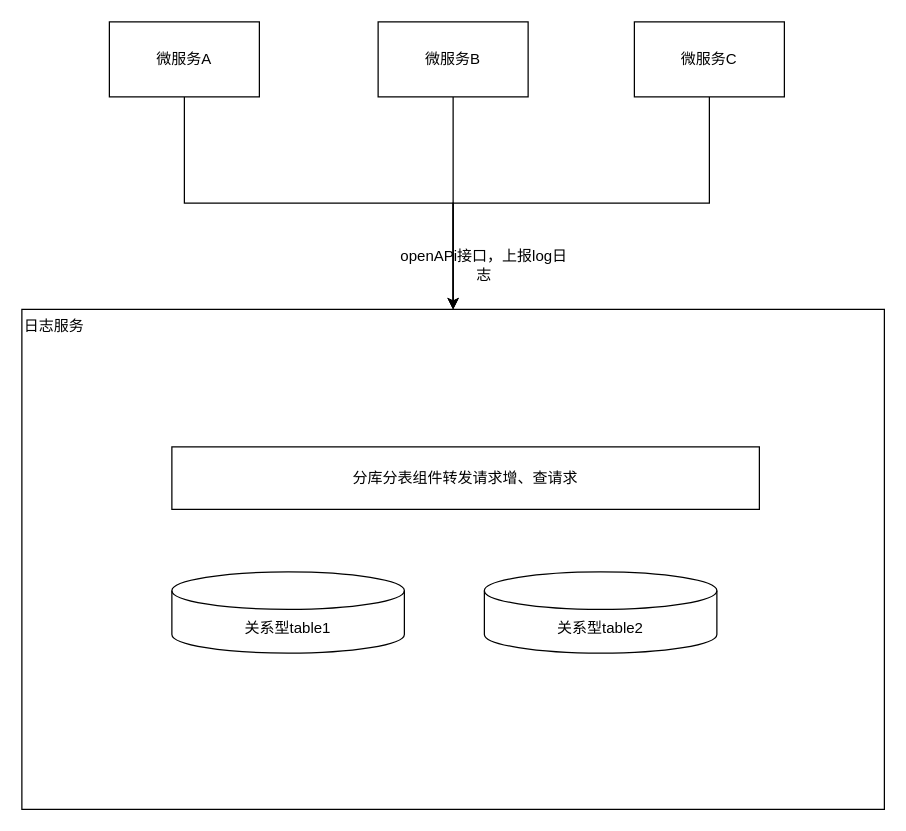
Before: qh/日志服务.drawio in shaominghuiwhatsup/graph, a draw.io diagram. Source tidied: cells renumbered, new cells numbered last; positions are measured from the earlier drawing's top-left corner, leaving out a move shared by most shapes. Both pictures are drawn from the tidied source at 125%, with x=0, y=0 at pixel (21, 21).
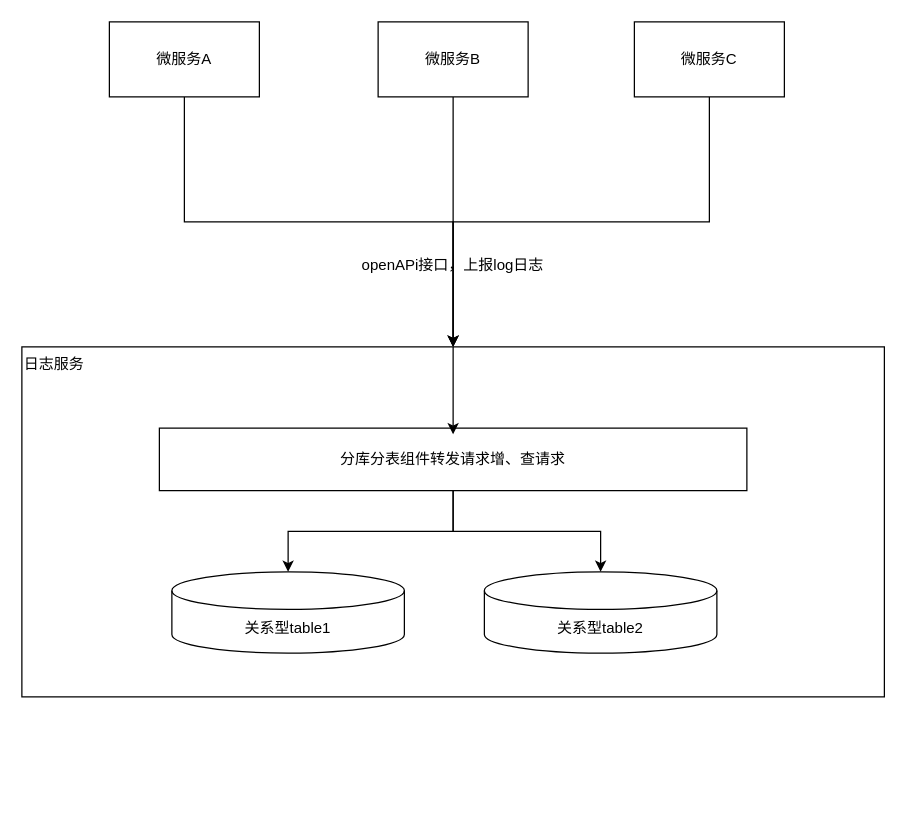
The same page after the edit.

Commit message:
更新日志服务.drawio

The edit, as a diff of the source:
```diff
@@
 <mxGraphModel>
   <root>
     <mxCell id="0" />
     <mxCell id="1" parent="0" />
     <mxCell id="2" style="rounded=0;whiteSpace=wrap;html=1;" parent="1" vertex="1">
       <mxGeometry x="90" y="310" width="540" height="220" as="geometry" />
     </mxCell>
     <mxCell id="3" value="日志服务" style="rounded=0;whiteSpace=wrap;html=1;align=left;verticalAlign=top;" parent="1" vertex="1">
-      <mxGeometry y="230" width="690" height="400" as="geometry" />
+      <mxGeometry y="260" width="690" height="280" as="geometry" />
     </mxCell>
     <mxCell id="4" value="关系型table1" style="shape=cylinder3;whiteSpace=wrap;html=1;boundedLbl=1;backgroundOutline=1;size=15;" parent="1" vertex="1">
       <mxGeometry x="120" y="440" width="186" height="65" as="geometry" />
     </mxCell>
     <mxCell id="5" style="edgeStyle=orthogonalEdgeStyle;rounded=0;jettySize=auto;html=1;exitX=0.5;exitY=1;exitDx=0;exitDy=0;entryX=0.5;entryY=0;entryDx=0;entryDy=0;" parent="1" edge="1" source="6" target="3">
       <mxGeometry relative="1" as="geometry" />
     </mxCell>
     <mxCell id="6" value="微服务A" style="rounded=0;whiteSpace=wrap;html=1;" parent="1" vertex="1">
       <mxGeometry x="70" width="120" height="60" as="geometry" />
     </mxCell>
     <mxCell id="7" value="关系型table2" style="shape=cylinder3;whiteSpace=wrap;html=1;boundedLbl=1;backgroundOutline=1;size=15;" parent="1" vertex="1">
       <mxGeometry x="370" y="440" width="186" height="65" as="geometry" />
     </mxCell>
+    <mxCell id="14" style="edgeStyle=orthogonalEdgeStyle;rounded=0;jettySize=auto;html=1;exitX=0.5;exitY=1;exitDx=0;exitDy=0;" parent="1" edge="1" source="8" target="7">
+      <mxGeometry relative="1" as="geometry" />
+    </mxCell>
     <mxCell id="8" value="分库分表组件转发请求增、查请求" style="rounded=0;whiteSpace=wrap;html=1;" parent="1" vertex="1">
-      <mxGeometry x="120" y="340" width="470" height="50" as="geometry" />
+      <mxGeometry x="110" y="325" width="470" height="50" as="geometry" />
     </mxCell>
     <mxCell id="9" style="edgeStyle=orthogonalEdgeStyle;rounded=0;jettySize=auto;html=1;exitX=0.5;exitY=1;exitDx=0;exitDy=0;entryX=0.5;entryY=0;entryDx=0;entryDy=0;" parent="1" edge="1" source="10" target="3">
       <mxGeometry relative="1" as="geometry" />
     </mxCell>
     <mxCell id="10" value="微服务B" style="rounded=0;whiteSpace=wrap;html=1;" parent="1" vertex="1">
       <mxGeometry x="285" width="120" height="60" as="geometry" />
     </mxCell>
     <mxCell id="11" style="edgeStyle=orthogonalEdgeStyle;rounded=0;jettySize=auto;html=1;exitX=0.5;exitY=1;exitDx=0;exitDy=0;entryX=0.5;entryY=0;entryDx=0;entryDy=0;" parent="1" edge="1" source="12" target="3">
       <mxGeometry relative="1" as="geometry" />
     </mxCell>
     <mxCell id="12" value="微服务C" style="rounded=0;whiteSpace=wrap;html=1;" parent="1" vertex="1">
       <mxGeometry x="490" width="120" height="60" as="geometry" />
     </mxCell>
     <mxCell id="13" value="openAPi接口，上报log日志" style="text;html=1;align=center;verticalAlign=middle;whiteSpace=wrap;rounded=0;" parent="1" vertex="1">
-      <mxGeometry x="300" y="180" width="140" height="30" as="geometry" />
+      <mxGeometry x="260" y="180" width="170" height="30" as="geometry" />
     </mxCell>
+    <mxCell id="15" style="edgeStyle=orthogonalEdgeStyle;rounded=0;jettySize=auto;html=1;exitX=0.5;exitY=1;exitDx=0;exitDy=0;entryX=0.5;entryY=0;entryDx=0;entryDy=0;entryPerimeter=0;" parent="1" edge="1" source="8" target="4">
+      <mxGeometry relative="1" as="geometry" />
+    </mxCell>
+    <mxCell id="16" style="endArrow=classic;html=1;rounded=0;exitX=0.5;exitY=0;exitDx=0;exitDy=0;" parent="1" edge="1" source="3">
+      <mxGeometry relative="1" as="geometry">
+        <mxPoint x="345" y="330" as="targetPoint" />
+      </mxGeometry>
+    </mxCell>
   </root>
 </mxGraphModel>
```
